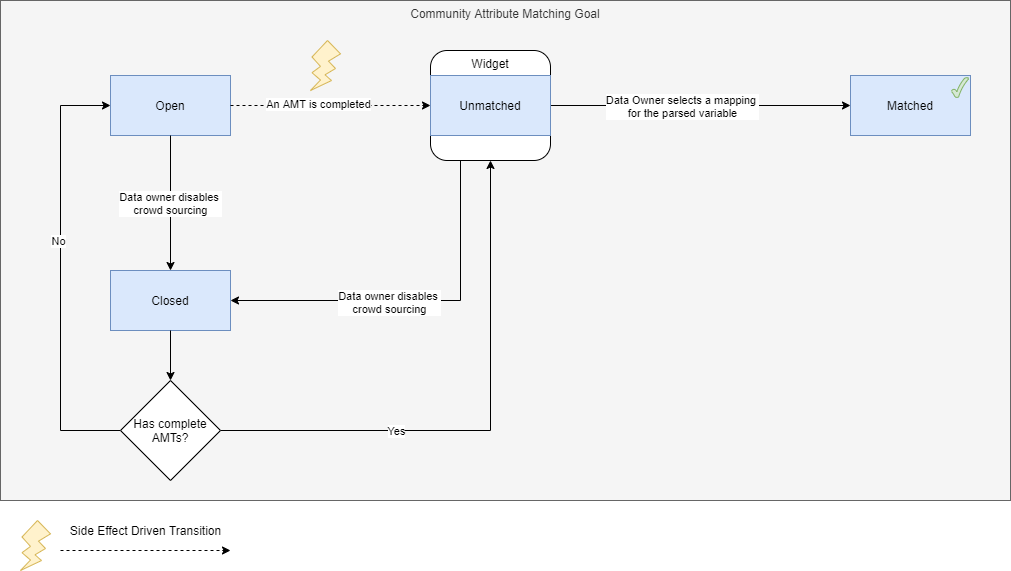
dal-dime/documentation keeps this draw.io diagram as images/DIME_Community_Attribute_Matching_Goal_Taskflow.png. Above is the earlier version. Source tidied: cells renumbered, new cells last; positions are measured from the earlier drawing's top-left corner, leaving out a move shared by most shapes. The source it was exported from:
```xml
<mxGraphModel>
  <root>
    <mxCell id="0" />
    <mxCell id="1" parent="0" />
    <mxCell id="2" value="Community Attribute Matching Goal" style="rounded=0;whiteSpace=wrap;html=1;verticalAlign=top;fillColor=#f5f5f5;strokeColor=#666666;fontColor=#333333;" parent="1" vertex="1">
      <mxGeometry width="1010" height="500" as="geometry" />
    </mxCell>
    <mxCell id="3" style="edgeStyle=orthogonalEdgeStyle;rounded=0;jettySize=auto;html=1;exitX=0.25;exitY=1;exitDx=0;exitDy=0;entryX=1;entryY=0.5;entryDx=0;entryDy=0;" parent="1" edge="1" source="5" target="15">
      <mxGeometry relative="1" as="geometry" />
    </mxCell>
    <mxCell id="4" value="Data owner disables &lt;br&gt;crowd sourcing" style="edgeLabel;html=1;align=center;verticalAlign=middle;" parent="3" vertex="1">
      <mxGeometry x="-0.24" y="-72" relative="1" as="geometry">
        <mxPoint x="-72" y="73" as="offset" />
      </mxGeometry>
    </mxCell>
    <mxCell id="5" value="Widget" style="rounded=1;whiteSpace=wrap;html=1;horizontal=1;verticalAlign=top;" parent="1" vertex="1">
      <mxGeometry x="430" y="50" width="120" height="110" as="geometry" />
    </mxCell>
    <mxCell id="6" style="edgeStyle=orthogonalEdgeStyle;rounded=0;jettySize=auto;html=1;entryX=0;entryY=0.5;entryDx=0;entryDy=0;" parent="1" edge="1" source="5" target="10">
      <mxGeometry relative="1" as="geometry" />
    </mxCell>
    <mxCell id="7" value="Data Owner selects a mapping &lt;br&gt;for the parsed variable" style="edgeLabel;html=1;align=center;verticalAlign=middle;" parent="6" vertex="1">
      <mxGeometry x="-0.53" y="60" relative="1" as="geometry">
        <mxPoint x="60" y="60" as="offset" />
      </mxGeometry>
    </mxCell>
    <mxCell id="8" value="Unmatched" style="rounded=0;whiteSpace=wrap;html=1;fillColor=#dae8fc;strokeColor=#6c8ebf;" parent="1" vertex="1">
      <mxGeometry x="430" y="75" width="120" height="60" as="geometry" />
    </mxCell>
    <mxCell id="9" style="group;" parent="1" vertex="1">
      <mxGeometry x="850" y="75" width="120" height="60" as="geometry" />
    </mxCell>
    <mxCell id="10" value="Matched" style="rounded=0;whiteSpace=wrap;html=1;fillColor=#dae8fc;strokeColor=#6c8ebf;" parent="9" vertex="1">
      <mxGeometry width="120" height="60" as="geometry" />
    </mxCell>
    <mxCell id="11" style="verticalLabelPosition=bottom;verticalAlign=top;html=1;shape=mxgraph.basic.tick;fillColor=#d5e8d4;strokeColor=#82b366;" parent="9" vertex="1">
      <mxGeometry x="101" y="2" width="17" height="20" as="geometry" />
    </mxCell>
    <mxCell id="12" style="group;" parent="1" vertex="1">
      <mxGeometry x="110" y="75" width="120" height="60" as="geometry" />
    </mxCell>
    <mxCell id="13" value="Open" style="rounded=0;whiteSpace=wrap;html=1;fillColor=#dae8fc;strokeColor=#6c8ebf;" parent="12" vertex="1">
      <mxGeometry width="120" height="60" as="geometry" />
    </mxCell>
    <mxCell id="14" style="group;" parent="1" vertex="1">
      <mxGeometry x="110" y="270" width="120" height="60" as="geometry" />
    </mxCell>
    <mxCell id="15" value="Closed" style="rounded=0;whiteSpace=wrap;html=1;fillColor=#dae8fc;strokeColor=#6c8ebf;" parent="14" vertex="1">
      <mxGeometry width="120" height="60" as="geometry" />
    </mxCell>
    <mxCell id="16" value="Data owner disables &lt;br&gt;crowd sourcing" style="edgeStyle=orthogonalEdgeStyle;rounded=0;jettySize=auto;html=1;exitX=0.5;exitY=1;exitDx=0;exitDy=0;" parent="1" edge="1" source="13" target="15">
      <mxGeometry relative="1" as="geometry" />
    </mxCell>
    <mxCell id="17" style="edgeStyle=orthogonalEdgeStyle;rounded=0;jettySize=auto;html=1;exitX=1;exitY=0.5;exitDx=0;exitDy=0;dashed=1;" parent="1" edge="1" source="13" target="8">
      <mxGeometry relative="1" as="geometry" />
    </mxCell>
    <mxCell id="18" value="An AMT is completed" style="edgeLabel;html=1;align=center;verticalAlign=middle;" parent="17" vertex="1">
      <mxGeometry x="-0.13" y="2" relative="1" as="geometry" />
    </mxCell>
    <mxCell id="19" style="edgeStyle=orthogonalEdgeStyle;rounded=0;jettySize=auto;html=1;exitX=1;exitY=0.5;exitDx=0;exitDy=0;entryX=0.5;entryY=1;entryDx=0;entryDy=0;" parent="1" edge="1" source="23" target="5">
      <mxGeometry relative="1" as="geometry" />
    </mxCell>
    <mxCell id="20" value="Yes" style="edgeLabel;html=1;align=center;verticalAlign=middle;" parent="19" vertex="1">
      <mxGeometry x="-0.35" y="4" relative="1" as="geometry">
        <mxPoint y="4" as="offset" />
      </mxGeometry>
    </mxCell>
    <mxCell id="21" style="edgeStyle=orthogonalEdgeStyle;rounded=0;jettySize=auto;html=1;exitX=0;exitY=0.5;exitDx=0;exitDy=0;entryX=0;entryY=0.5;entryDx=0;entryDy=0;" parent="1" edge="1" source="23" target="13">
      <mxGeometry relative="1" as="geometry">
        <Array as="points">
          <mxPoint x="60" y="430" />
          <mxPoint x="60" y="105" />
        </Array>
      </mxGeometry>
    </mxCell>
    <mxCell id="22" value="No" style="edgeLabel;html=1;align=center;verticalAlign=middle;" parent="21" vertex="1">
      <mxGeometry x="0.15" y="3" relative="1" as="geometry" />
    </mxCell>
    <mxCell id="23" value="Has complete AMTs?" style="rhombus;whiteSpace=wrap;html=1;" parent="1" vertex="1">
      <mxGeometry x="120" y="380" width="100" height="100" as="geometry" />
    </mxCell>
    <mxCell id="24" style="edgeStyle=orthogonalEdgeStyle;rounded=0;jettySize=auto;html=1;exitX=0.5;exitY=1;exitDx=0;exitDy=0;" parent="1" edge="1" source="15" target="23">
      <mxGeometry relative="1" as="geometry" />
    </mxCell>
    <mxCell id="25" style="verticalLabelPosition=bottom;verticalAlign=top;html=1;shape=mxgraph.basic.flash;fillColor=#fff2cc;strokeColor=#d6b656;" parent="1" vertex="1">
      <mxGeometry x="310" y="40" width="30" height="50" as="geometry" />
    </mxCell>
    <mxCell id="26" style="verticalLabelPosition=bottom;verticalAlign=top;html=1;shape=mxgraph.basic.flash;fillColor=#fff2cc;strokeColor=#d6b656;" parent="1" vertex="1">
      <mxGeometry x="20" y="520" width="30" height="50" as="geometry" />
    </mxCell>
    <mxCell id="27" style="endArrow=classic;html=1;dashed=1;" parent="1" edge="1">
      <mxGeometry relative="1" as="geometry">
        <mxPoint x="60" y="550" as="sourcePoint" />
        <mxPoint x="230" y="550" as="targetPoint" />
      </mxGeometry>
    </mxCell>
    <mxCell id="28" value="Side Effect Driven Transition" style="text;html=1;align=center;verticalAlign=middle;" parent="1" vertex="1">
      <mxGeometry x="60" y="520" width="170" height="20" as="geometry" />
    </mxCell>
  </root>
</mxGraphModel>
```
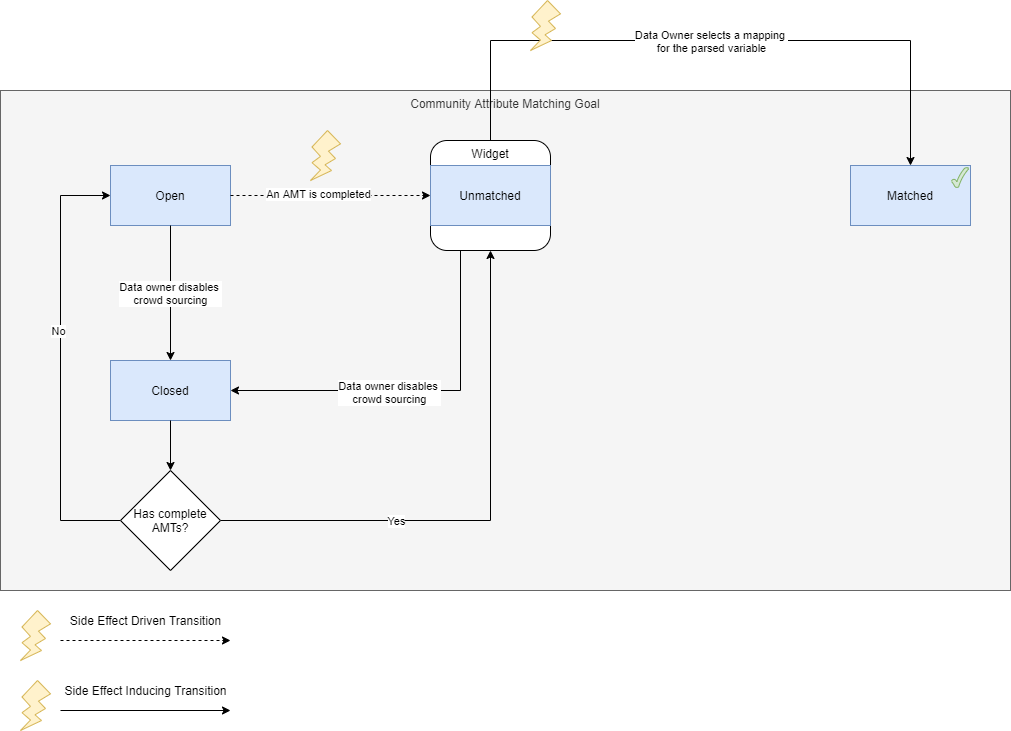
Later version of the same file.

What changed in the source:
```diff
@@ -16,12 +16,17 @@
     <mxCell id="5" value="Widget" style="rounded=1;whiteSpace=wrap;html=1;horizontal=1;verticalAlign=top;" parent="1" vertex="1">
       <mxGeometry x="430" y="50" width="120" height="110" as="geometry" />
     </mxCell>
-    <mxCell id="6" style="edgeStyle=orthogonalEdgeStyle;rounded=0;jettySize=auto;html=1;entryX=0;entryY=0.5;entryDx=0;entryDy=0;" parent="1" edge="1" source="5" target="10">
-      <mxGeometry relative="1" as="geometry" />
+    <mxCell id="6" style="edgeStyle=orthogonalEdgeStyle;rounded=0;jettySize=auto;html=1;entryX=0.5;entryY=0;entryDx=0;entryDy=0;" parent="1" edge="1" source="5" target="10">
+      <mxGeometry relative="1" as="geometry">
+        <Array as="points">
+          <mxPoint x="490" y="-50" />
+          <mxPoint x="910" y="-50" />
+        </Array>
+      </mxGeometry>
     </mxCell>
     <mxCell id="7" value="Data Owner selects a mapping &lt;br&gt;for the parsed variable" style="edgeLabel;html=1;align=center;verticalAlign=middle;" parent="6" vertex="1">
       <mxGeometry x="-0.53" y="60" relative="1" as="geometry">
-        <mxPoint x="60" y="60" as="offset" />
+        <mxPoint x="167" y="60" as="offset" />
       </mxGeometry>
     </mxCell>
     <mxCell id="8" value="Unmatched" style="rounded=0;whiteSpace=wrap;html=1;fillColor=#dae8fc;strokeColor=#6c8ebf;" parent="1" vertex="1">
@@ -97,5 +102,20 @@
     <mxCell id="28" value="Side Effect Driven Transition" style="text;html=1;align=center;verticalAlign=middle;" parent="1" vertex="1">
       <mxGeometry x="60" y="520" width="170" height="20" as="geometry" />
     </mxCell>
+    <mxCell id="29" style="verticalLabelPosition=bottom;verticalAlign=top;html=1;shape=mxgraph.basic.flash;fillColor=#fff2cc;strokeColor=#d6b656;" parent="1" vertex="1">
+      <mxGeometry x="530" y="-90" width="30" height="50" as="geometry" />
+    </mxCell>
+    <mxCell id="30" style="verticalLabelPosition=bottom;verticalAlign=top;html=1;shape=mxgraph.basic.flash;fillColor=#fff2cc;strokeColor=#d6b656;" parent="1" vertex="1">
+      <mxGeometry x="20" y="590" width="30" height="50" as="geometry" />
+    </mxCell>
+    <mxCell id="31" style="endArrow=classic;html=1;" parent="1" edge="1">
+      <mxGeometry relative="1" as="geometry">
+        <mxPoint x="60" y="620" as="sourcePoint" />
+        <mxPoint x="230" y="620" as="targetPoint" />
+      </mxGeometry>
+    </mxCell>
+    <mxCell id="32" value="Side Effect Inducing Transition" style="text;html=1;align=center;verticalAlign=middle;" parent="1" vertex="1">
+      <mxGeometry x="55" y="590" width="180" height="20" as="geometry" />
+    </mxCell>
   </root>
 </mxGraphModel>
```
